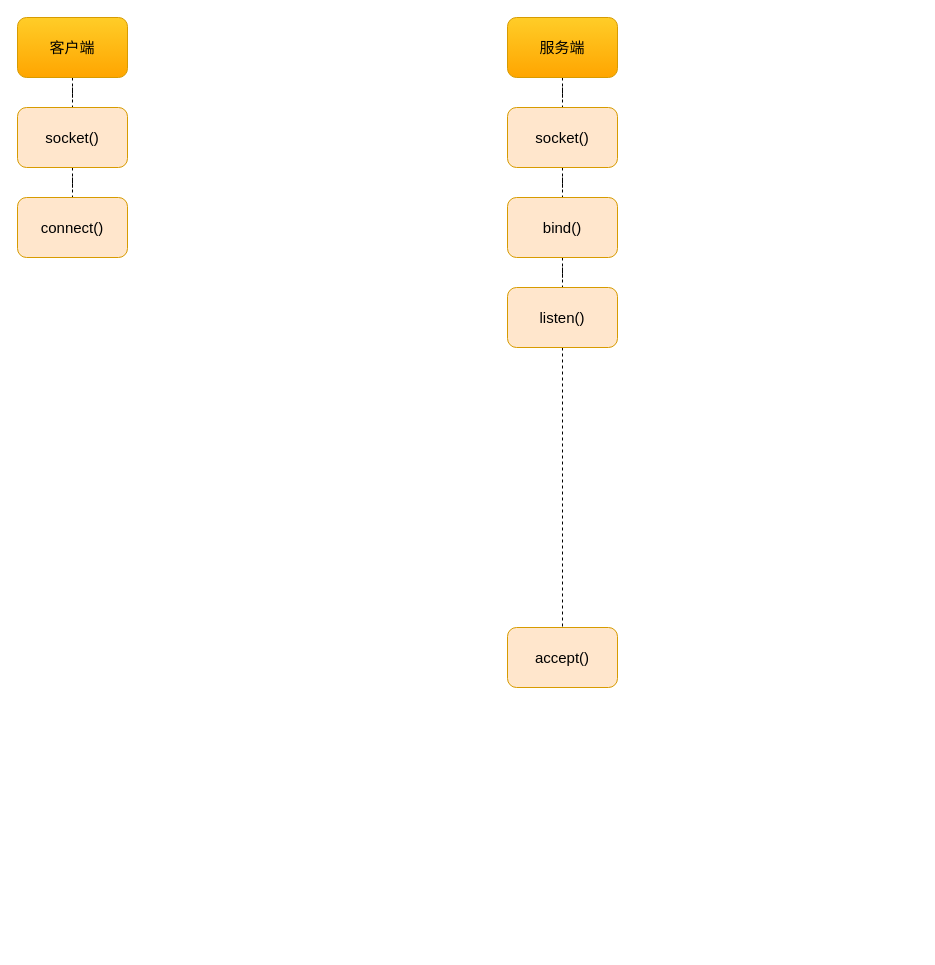
Above: 操作系统/linux网络系统/tcp协议socket连接.drawio in likuisuper/diagrams (draw.io), before the change. Source tidied: cells renumbered, new cells numbered last; positions are measured from the earlier drawing's top-left corner, leaving out a move shared by most shapes. Both pictures are drawn from the tidied source at 100%, with x=0, y=0 at pixel (17, 17).
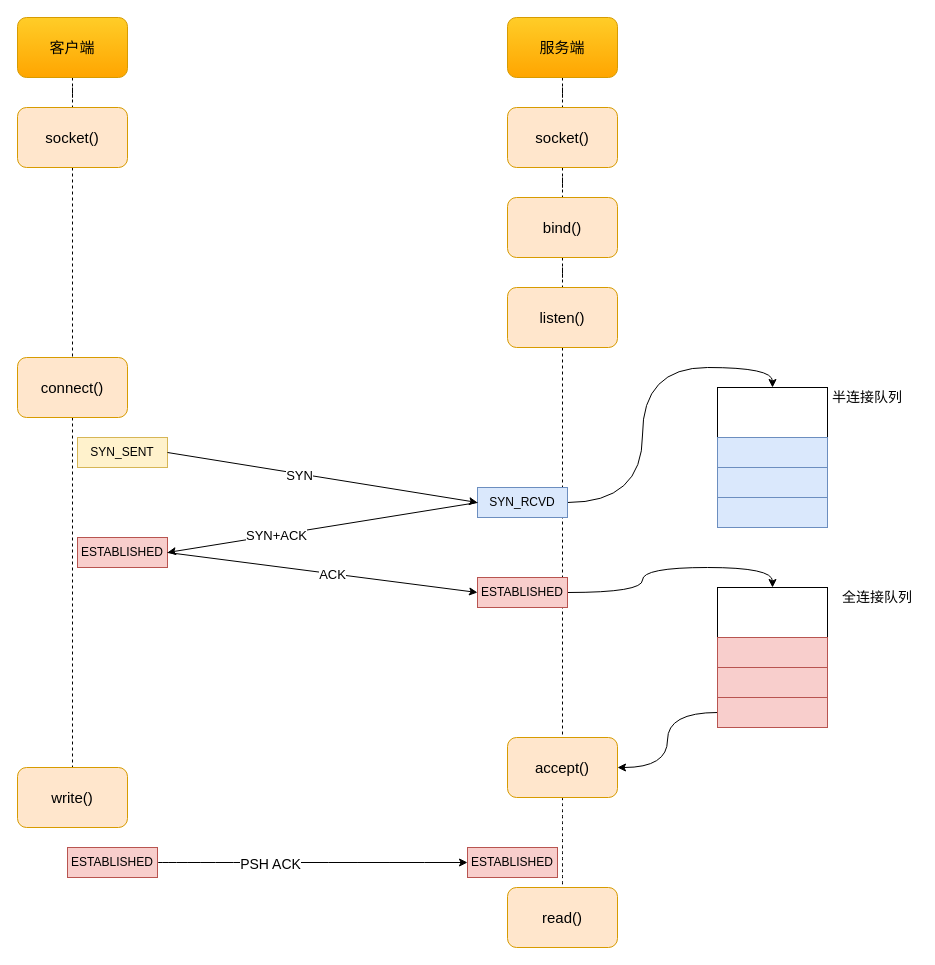
After the change.

Diff of the diagram source:
```diff
@@
+    <mxCell id="16" style="edgeStyle=orthogonalEdgeStyle;rounded=0;jettySize=auto;html=1;entryX=0.5;entryY=0;entryDx=0;entryDy=0;endArrow=none;endFill=0;dashed=1;" parent="1" edge="1" source="14" target="18">
+      <mxGeometry relative="1" as="geometry" />
+    </mxCell>
     <mxCell id="14" value="&lt;span style=&quot;font-size: 15px&quot;&gt;connect()&lt;/span&gt;" style="rounded=1;whiteSpace=wrap;html=1;shadow=0;glass=0;sketch=0;strokeColor=#d79b00;fillColor=#ffe6cc;" parent="1" vertex="1">
-      <mxGeometry y="180" width="110" height="60" as="geometry" />
+      <mxGeometry y="340" width="110" height="60" as="geometry" />
     </mxCell>
+    <mxCell id="17" style="edgeStyle=orthogonalEdgeStyle;curved=1;jettySize=auto;html=1;endArrow=none;endFill=0;dashed=1;" parent="1" edge="1" source="15" target="19">
+      <mxGeometry relative="1" as="geometry" />
+    </mxCell>
     <mxCell id="15" value="&lt;span style=&quot;font-size: 15px&quot;&gt;accept()&lt;/span&gt;" style="rounded=1;whiteSpace=wrap;html=1;shadow=0;glass=0;sketch=0;strokeColor=#d79b00;fillColor=#ffe6cc;" parent="1" vertex="1">
-      <mxGeometry x="490" y="610" width="110" height="60" as="geometry" />
+      <mxGeometry x="490" y="720" width="110" height="60" as="geometry" />
     </mxCell>
+    <mxCell id="18" value="&lt;span style=&quot;font-size: 15px&quot;&gt;write()&lt;/span&gt;" style="rounded=1;whiteSpace=wrap;html=1;shadow=0;glass=0;sketch=0;strokeColor=#d79b00;fillColor=#ffe6cc;" parent="1" vertex="1">
+      <mxGeometry y="750" width="110" height="60" as="geometry" />
+    </mxCell>
+    <mxCell id="19" value="&lt;span style=&quot;font-size: 15px&quot;&gt;read()&lt;/span&gt;" style="rounded=1;whiteSpace=wrap;html=1;shadow=0;glass=0;sketch=0;strokeColor=#d79b00;fillColor=#ffe6cc;" parent="1" vertex="1">
+      <mxGeometry x="490" y="870" width="110" height="60" as="geometry" />
+    </mxCell>
+    <mxCell id="20" value="SYN_SENT" style="rounded=0;whiteSpace=wrap;html=1;fillColor=#fff2cc;strokeColor=#d6b656;" parent="1" vertex="1">
+      <mxGeometry x="60" y="420" width="90" height="30" as="geometry" />
+    </mxCell>
+    <mxCell id="21" style="edgeStyle=orthogonalEdgeStyle;jettySize=auto;html=1;entryX=0.5;entryY=0;entryDx=0;entryDy=0;endArrow=classic;endFill=1;curved=1;" parent="1" edge="1" source="22" target="32">
+      <mxGeometry relative="1" as="geometry" />
+    </mxCell>
+    <mxCell id="22" value="SYN_RCVD" style="rounded=0;whiteSpace=wrap;html=1;fillColor=#dae8fc;strokeColor=#6c8ebf;" parent="1" vertex="1">
+      <mxGeometry x="460" y="470" width="90" height="30" as="geometry" />
+    </mxCell>
+    <mxCell id="23" value="ESTABLISHED" style="rounded=0;whiteSpace=wrap;html=1;fillColor=#f8cecc;strokeColor=#b85450;" parent="1" vertex="1">
+      <mxGeometry x="60" y="520" width="90" height="30" as="geometry" />
+    </mxCell>
+    <mxCell id="24" style="edgeStyle=orthogonalEdgeStyle;curved=1;jettySize=auto;html=1;entryX=0.5;entryY=0;entryDx=0;entryDy=0;endArrow=classic;endFill=1;" parent="1" edge="1" source="25" target="36">
+      <mxGeometry relative="1" as="geometry" />
+    </mxCell>
+    <mxCell id="25" value="ESTABLISHED" style="rounded=0;whiteSpace=wrap;html=1;fillColor=#f8cecc;strokeColor=#b85450;" parent="1" vertex="1">
+      <mxGeometry x="460" y="560" width="90" height="30" as="geometry" />
+    </mxCell>
+    <mxCell id="26" style="endArrow=classic;html=1;exitX=1;exitY=0.5;exitDx=0;exitDy=0;entryX=0;entryY=0.5;entryDx=0;entryDy=0;" parent="1" edge="1" source="20" target="22">
+      <mxGeometry relative="1" as="geometry" />
+    </mxCell>
+    <mxCell id="27" value="&lt;font style=&quot;font-size: 13px&quot;&gt;SYN&lt;/font&gt;" style="edgeLabel;html=1;align=center;verticalAlign=middle;" parent="26" vertex="1">
+      <mxGeometry x="-0.15" y="-1" relative="1" as="geometry" />
+    </mxCell>
+    <mxCell id="28" style="endArrow=classic;html=1;exitX=0;exitY=0.5;exitDx=0;exitDy=0;entryX=1;entryY=0.5;entryDx=0;entryDy=0;" parent="1" edge="1" source="22" target="23">
+      <mxGeometry relative="1" as="geometry" />
+    </mxCell>
+    <mxCell id="29" value="&lt;font style=&quot;font-size: 13px&quot;&gt;SYN+ACK&lt;/font&gt;" style="edgeLabel;html=1;align=center;verticalAlign=middle;" parent="28" vertex="1">
+      <mxGeometry x="0.3" relative="1" as="geometry" />
+    </mxCell>
+    <mxCell id="30" style="endArrow=classic;html=1;exitX=1;exitY=0.5;exitDx=0;exitDy=0;entryX=0;entryY=0.5;entryDx=0;entryDy=0;" parent="1" edge="1" source="23" target="25">
+      <mxGeometry relative="1" as="geometry" />
+    </mxCell>
+    <mxCell id="31" value="&lt;font style=&quot;font-size: 13px&quot;&gt;ACK&lt;/font&gt;" style="edgeLabel;html=1;align=center;verticalAlign=middle;" parent="30" vertex="1">
+      <mxGeometry x="0.06" relative="1" as="geometry" />
+    </mxCell>
+    <mxCell id="32" style="rounded=0;whiteSpace=wrap;html=1;" parent="1" vertex="1">
+      <mxGeometry x="700" y="370" width="110" height="50" as="geometry" />
+    </mxCell>
+    <mxCell id="33" style="rounded=0;whiteSpace=wrap;html=1;fillColor=#dae8fc;strokeColor=#6c8ebf;" parent="1" vertex="1">
+      <mxGeometry x="700" y="420" width="110" height="30" as="geometry" />
+    </mxCell>
+    <mxCell id="34" style="rounded=0;whiteSpace=wrap;html=1;fillColor=#dae8fc;strokeColor=#6c8ebf;" parent="1" vertex="1">
+      <mxGeometry x="700" y="450" width="110" height="30" as="geometry" />
+    </mxCell>
+    <mxCell id="35" style="rounded=0;whiteSpace=wrap;html=1;fillColor=#dae8fc;strokeColor=#6c8ebf;" parent="1" vertex="1">
+      <mxGeometry x="700" y="480" width="110" height="30" as="geometry" />
+    </mxCell>
+    <mxCell id="36" style="rounded=0;whiteSpace=wrap;html=1;" parent="1" vertex="1">
+      <mxGeometry x="700" y="570" width="110" height="50" as="geometry" />
+    </mxCell>
+    <mxCell id="37" style="rounded=0;whiteSpace=wrap;html=1;fillColor=#f8cecc;strokeColor=#b85450;" parent="1" vertex="1">
+      <mxGeometry x="700" y="620" width="110" height="30" as="geometry" />
+    </mxCell>
+    <mxCell id="38" style="rounded=0;whiteSpace=wrap;html=1;fillColor=#f8cecc;strokeColor=#b85450;" parent="1" vertex="1">
+      <mxGeometry x="700" y="650" width="110" height="30" as="geometry" />
+    </mxCell>
+    <mxCell id="39" style="edgeStyle=orthogonalEdgeStyle;curved=1;jettySize=auto;html=1;entryX=1;entryY=0.5;entryDx=0;entryDy=0;endArrow=classic;endFill=1;" parent="1" edge="1" source="40" target="15">
+      <mxGeometry relative="1" as="geometry" />
+    </mxCell>
+    <mxCell id="40" style="rounded=0;whiteSpace=wrap;html=1;fillColor=#f8cecc;strokeColor=#b85450;" parent="1" vertex="1">
+      <mxGeometry x="700" y="680" width="110" height="30" as="geometry" />
+    </mxCell>
+    <mxCell id="41" value="&lt;font style=&quot;font-size: 14px&quot;&gt;半连接队列&lt;/font&gt;" style="text;html=1;strokeColor=none;fillColor=none;align=center;verticalAlign=middle;whiteSpace=wrap;rounded=0;" parent="1" vertex="1">
+      <mxGeometry x="810" y="370" width="80" height="20" as="geometry" />
+    </mxCell>
+    <mxCell id="42" value="&lt;span style=&quot;font-size: 14px&quot;&gt;全连接队列&lt;/span&gt;" style="text;html=1;strokeColor=none;fillColor=none;align=center;verticalAlign=middle;whiteSpace=wrap;rounded=0;" parent="1" vertex="1">
+      <mxGeometry x="820" y="570" width="80" height="20" as="geometry" />
+    </mxCell>
+    <mxCell id="43" style="edgeStyle=orthogonalEdgeStyle;curved=1;jettySize=auto;html=1;entryX=0;entryY=0.5;entryDx=0;entryDy=0;endArrow=classic;endFill=1;" parent="1" edge="1" source="45" target="46">
+      <mxGeometry relative="1" as="geometry" />
+    </mxCell>
+    <mxCell id="44" value="&lt;font style=&quot;font-size: 14px&quot;&gt;PSH ACK&lt;/font&gt;" style="edgeLabel;html=1;align=center;verticalAlign=middle;" parent="43" vertex="1">
+      <mxGeometry x="-0.28" y="-1" relative="1" as="geometry" />
+    </mxCell>
+    <mxCell id="45" value="ESTABLISHED" style="rounded=0;whiteSpace=wrap;html=1;fillColor=#f8cecc;strokeColor=#b85450;" parent="1" vertex="1">
+      <mxGeometry x="50" y="830" width="90" height="30" as="geometry" />
+    </mxCell>
+    <mxCell id="46" value="ESTABLISHED" style="rounded=0;whiteSpace=wrap;html=1;fillColor=#f8cecc;strokeColor=#b85450;" parent="1" vertex="1">
+      <mxGeometry x="450" y="830" width="90" height="30" as="geometry" />
+    </mxCell>
```
